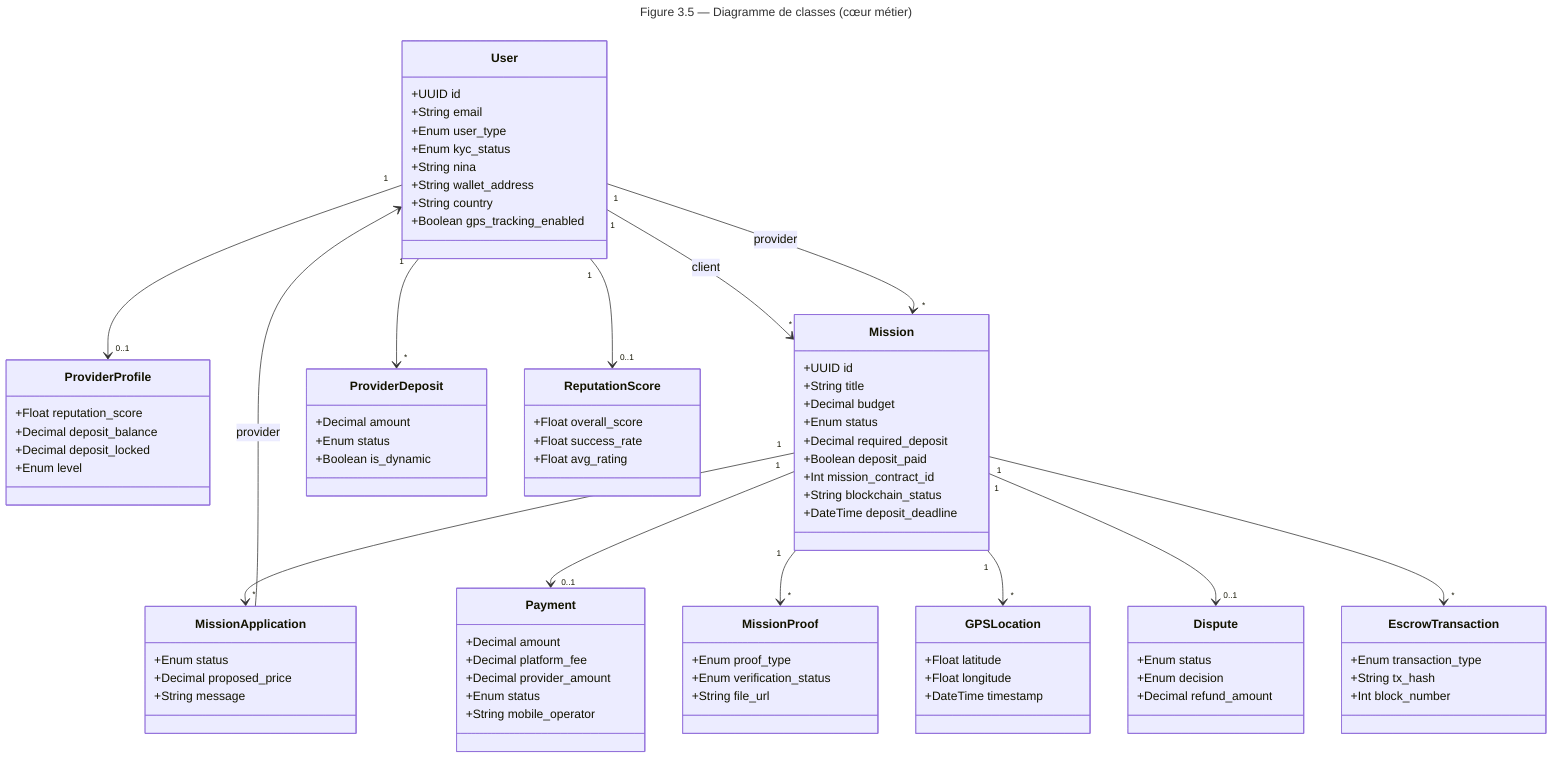
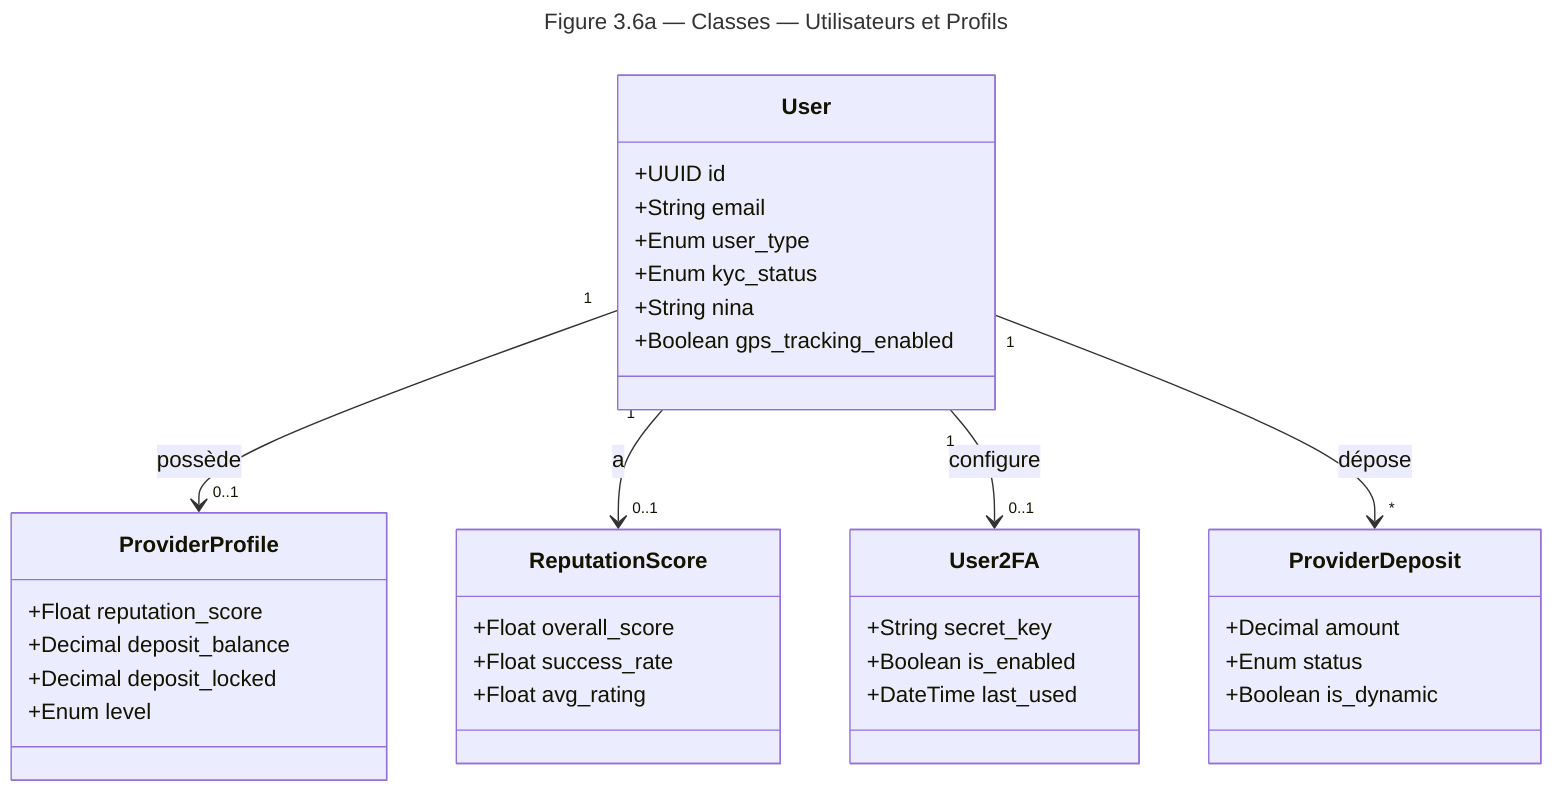
---
- title: Figure 3.5 — Diagramme de classes (cœur métier)
+ title: Figure 3.6a — Classes — Utilisateurs et Profils
---
classDiagram
+     direction TB
+ 
    class User {
        +UUID id
        +String email
        +Enum user_type
        +Enum kyc_status
        +String nina
-         +String wallet_address
-         +String country
        +Boolean gps_tracking_enabled
    }

    class ProviderProfile {
        +Float reputation_score
        +Decimal deposit_balance
        +Decimal deposit_locked
        +Enum level
    }

-     class Mission {
-         +UUID id
-         +String title
-         +Decimal budget
-         +Enum status
-         +Decimal required_deposit
-         +Boolean deposit_paid
-         +Int mission_contract_id
-         +String blockchain_status
-         +DateTime deposit_deadline
+     class ReputationScore {
+         +Float overall_score
+         +Float success_rate
+         +Float avg_rating
    }

-     class MissionApplication {
-         +Enum status
-         +Decimal proposed_price
-         +String message
-     }
- 
-     class Payment {
-         +Decimal amount
-         +Decimal platform_fee
-         +Decimal provider_amount
-         +Enum status
-         +String mobile_operator
+     class User2FA {
+         +String secret_key
+         +Boolean is_enabled
+         +DateTime last_used
    }

    class ProviderDeposit {
        +Decimal amount
        +Enum status
        +Boolean is_dynamic
    }

-     class MissionProof {
-         +Enum proof_type
-         +Enum verification_status
-         +String file_url
-     }
- 
-     class GPSLocation {
-         +Float latitude
-         +Float longitude
-         +DateTime timestamp
-     }
- 
-     class Dispute {
-         +Enum status
-         +Enum decision
-         +Decimal refund_amount
-     }
- 
-     class ReputationScore {
-         +Float overall_score
-         +Float success_rate
-         +Float avg_rating
-     }
- 
-     class EscrowTransaction {
-         +Enum transaction_type
-         +String tx_hash
-         +Int block_number
-     }
- 
-     User "1" --> "0..1" ProviderProfile
-     User "1" --> "*" Mission : client
-     User "1" --> "*" Mission : provider
-     Mission "1" --> "*" MissionApplication
-     Mission "1" --> "0..1" Payment
-     Mission "1" --> "*" MissionProof
-     Mission "1" --> "*" GPSLocation
-     Mission "1" --> "0..1" Dispute
-     Mission "1" --> "*" EscrowTransaction
-     User "1" --> "0..1" ReputationScore
-     User "1" --> "*" ProviderDeposit
-     MissionApplication --> User : provider
+     User "1" --> "0..1" ProviderProfile : possède
+     User "1" --> "0..1" ReputationScore : a
+     User "1" --> "0..1" User2FA : configure
+     User "1" --> "*" ProviderDeposit : dépose
